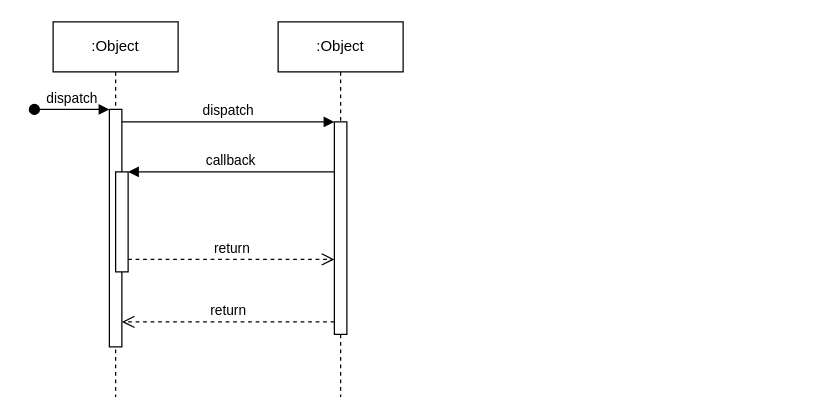
Before: maps/小众页面架构图.drawio in youandme66/mymind, a draw.io diagram. Source tidied: cells renumbered, new cells numbered last; positions are measured from the earlier drawing's top-left corner, leaving out a move shared by most shapes. Both pictures are drawn from the tidied source at 125%, with x=0, y=0 at pixel (34, 21).
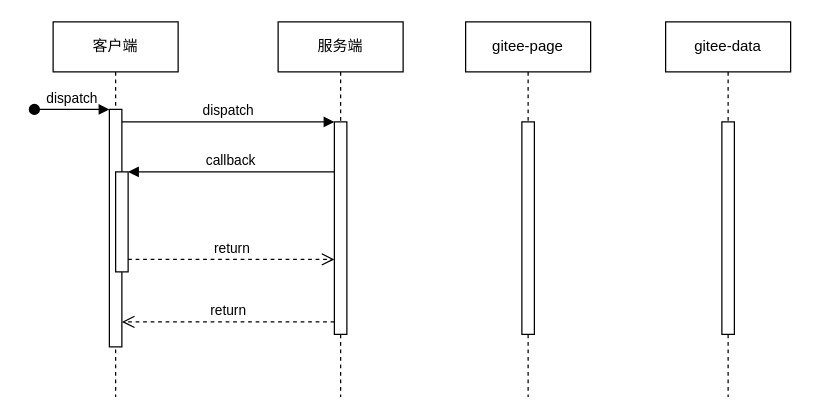
The same page after the edit.

Commit message:
更新小众页面架构图.drawio

Diff of the diagram source:
```diff
@@
-    <mxCell id="2" value=":Object" style="shape=umlLifeline;perimeter=lifelinePerimeter;whiteSpace=wrap;html=1;newEdgeStyle={&quot;edgeStyle&quot;:&quot;elbowEdgeStyle&quot;,&quot;elbow&quot;:&quot;vertical&quot;,&quot;curved&quot;:0,&quot;rounded&quot;:0};" parent="1" vertex="1">
+    <mxCell id="2" value="客户端" style="shape=umlLifeline;perimeter=lifelinePerimeter;whiteSpace=wrap;html=1;newEdgeStyle={&quot;edgeStyle&quot;:&quot;elbowEdgeStyle&quot;,&quot;elbow&quot;:&quot;vertical&quot;,&quot;curved&quot;:0,&quot;rounded&quot;:0};" parent="1" vertex="1">
       <mxGeometry x="15" width="100" height="300" as="geometry" />
     </mxCell>
@@
-    <mxCell id="6" value=":Object" style="shape=umlLifeline;perimeter=lifelinePerimeter;whiteSpace=wrap;html=1;newEdgeStyle={&quot;edgeStyle&quot;:&quot;elbowEdgeStyle&quot;,&quot;elbow&quot;:&quot;vertical&quot;,&quot;curved&quot;:0,&quot;rounded&quot;:0};" parent="1" vertex="1">
+    <mxCell id="6" value="服务端" style="shape=umlLifeline;perimeter=lifelinePerimeter;whiteSpace=wrap;html=1;newEdgeStyle={&quot;edgeStyle&quot;:&quot;elbowEdgeStyle&quot;,&quot;elbow&quot;:&quot;vertical&quot;,&quot;curved&quot;:0,&quot;rounded&quot;:0};" parent="1" vertex="1">
       <mxGeometry x="195" width="100" height="300" as="geometry" />
     </mxCell>
@@
+    <mxCell id="12" value="gitee-page" style="shape=umlLifeline;perimeter=lifelinePerimeter;whiteSpace=wrap;html=1;newEdgeStyle={&quot;edgeStyle&quot;:&quot;elbowEdgeStyle&quot;,&quot;elbow&quot;:&quot;vertical&quot;,&quot;curved&quot;:0,&quot;rounded&quot;:0};" parent="1" vertex="1">
+      <mxGeometry x="345" width="100" height="300" as="geometry" />
+    </mxCell>
+    <mxCell id="13" style="html=1;perimeter=orthogonalPerimeter;targetShapes=umlLifeline;newEdgeStyle={&quot;edgeStyle&quot;:&quot;elbowEdgeStyle&quot;,&quot;elbow&quot;:&quot;vertical&quot;,&quot;curved&quot;:0,&quot;rounded&quot;:0};" parent="12" vertex="1">
+      <mxGeometry x="45" y="80" width="10" height="170" as="geometry" />
+    </mxCell>
+    <mxCell id="14" value="gitee-data" style="shape=umlLifeline;perimeter=lifelinePerimeter;whiteSpace=wrap;html=1;newEdgeStyle={&quot;edgeStyle&quot;:&quot;elbowEdgeStyle&quot;,&quot;elbow&quot;:&quot;vertical&quot;,&quot;curved&quot;:0,&quot;rounded&quot;:0};" parent="1" vertex="1">
+      <mxGeometry x="505" width="100" height="300" as="geometry" />
+    </mxCell>
+    <mxCell id="15" style="html=1;perimeter=orthogonalPerimeter;targetShapes=umlLifeline;newEdgeStyle={&quot;edgeStyle&quot;:&quot;elbowEdgeStyle&quot;,&quot;elbow&quot;:&quot;vertical&quot;,&quot;curved&quot;:0,&quot;rounded&quot;:0};" parent="14" vertex="1">
+      <mxGeometry x="45" y="80" width="10" height="170" as="geometry" />
+    </mxCell>
```
